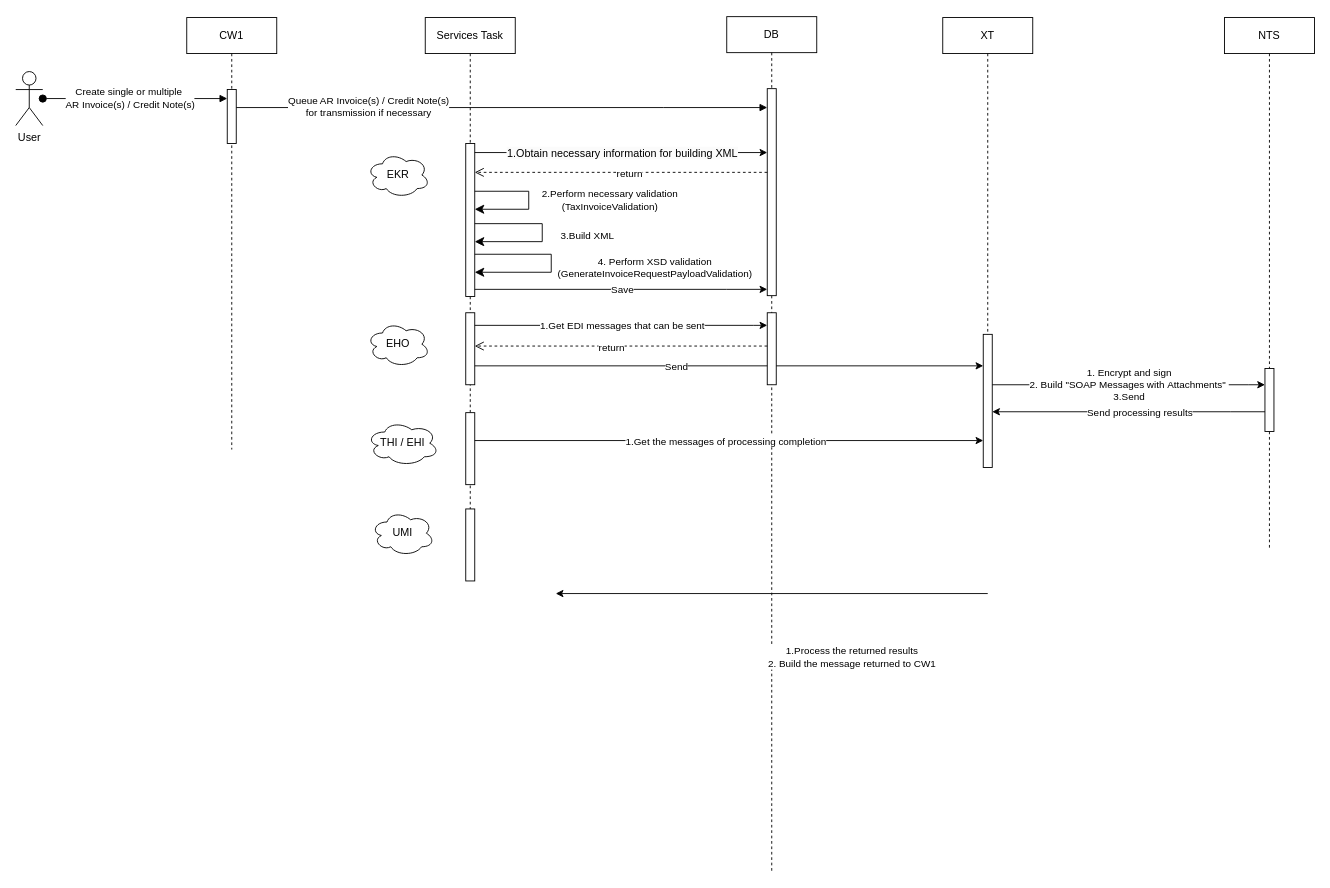
This is 未命名绘图.drawio from JingwenLi/MyTestProjects, a draw.io file, before an edit. Source tidied: cells renumbered, new cells numbered last; positions are measured from the earlier drawing's top-left corner, leaving out a move shared by most shapes. Both pictures are drawn from the tidied source at 90%, with x=0, y=0 at pixel (15, 16).
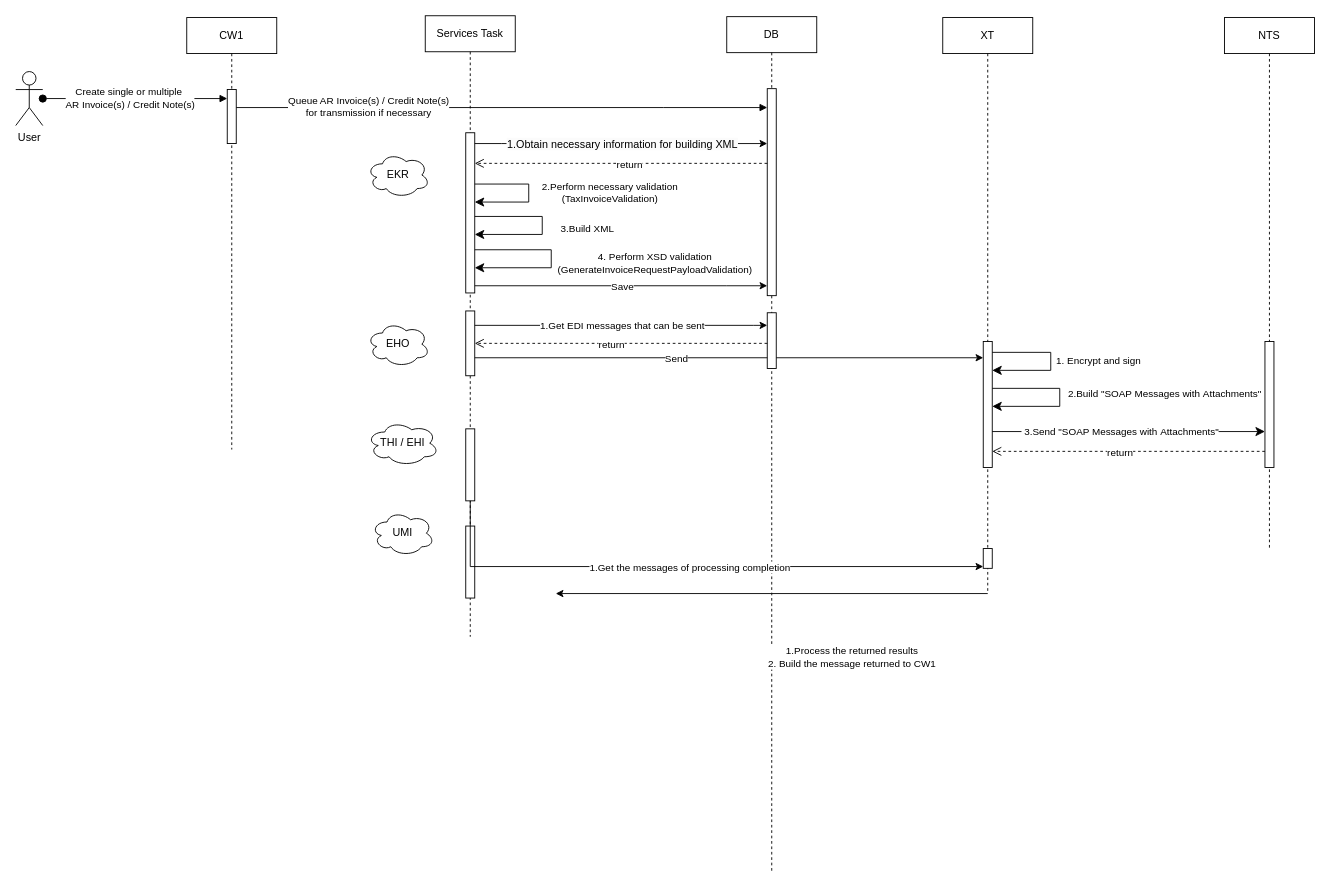
The same page after the edit.

Commit message:
更新未命名绘图.drawio

The change refers to these unchanged cells:
```xml
<mxCell id="15" style="html=1;points=[];perimeter=orthogonalPerimeter;outlineConnect=0;targetShapes=umlLifeline;portConstraint=eastwest;newEdgeStyle={&quot;edgeStyle&quot;:&quot;elbowEdgeStyle&quot;,&quot;elbow&quot;:&quot;vertical&quot;,&quot;curved&quot;:0,&quot;rounded&quot;:0};" parent="14" vertex="1">
  <mxGeometry x="45" y="80" width="10" height="230" as="geometry" />
</mxCell>
<mxCell id="16" value="NTS" style="shape=umlLifeline;perimeter=lifelinePerimeter;whiteSpace=wrap;html=1;newEdgeStyle={&quot;edgeStyle&quot;:&quot;elbowEdgeStyle&quot;,&quot;elbow&quot;:&quot;vertical&quot;,&quot;curved&quot;:0,&quot;rounded&quot;:0};" parent="1" vertex="1">
  <mxGeometry x="1343" y="1" width="100" height="590" as="geometry" />
</mxCell>
```

The edit, as a diff of the source:
```diff
@@
     <mxCell id="2" value="Services Task" style="shape=umlLifeline;perimeter=lifelinePerimeter;whiteSpace=wrap;html=1;outlineConnect=0;portConstraint=eastwest;newEdgeStyle={&quot;edgeStyle&quot;:&quot;elbowEdgeStyle&quot;,&quot;elbow&quot;:&quot;vertical&quot;,&quot;curved&quot;:0,&quot;rounded&quot;:0};" parent="1" vertex="1">
-      <mxGeometry x="455" y="1" width="100" height="621" as="geometry" />
+      <mxGeometry x="455" y="-1" width="100" height="690" as="geometry" />
     </mxCell>
     <mxCell id="3" style="html=1;points=[];perimeter=orthogonalPerimeter;outlineConnect=0;targetShapes=umlLifeline;portConstraint=eastwest;newEdgeStyle={&quot;edgeStyle&quot;:&quot;elbowEdgeStyle&quot;,&quot;elbow&quot;:&quot;vertical&quot;,&quot;curved&quot;:0,&quot;rounded&quot;:0};" parent="2" vertex="1">
-      <mxGeometry x="45" y="140" width="10" height="170" as="geometry" />
+      <mxGeometry x="45" y="130" width="10" height="178" as="geometry" />
     </mxCell>
     <mxCell id="4" style="html=1;perimeter=orthogonalPerimeter;targetShapes=umlLifeline;newEdgeStyle={&quot;edgeStyle&quot;:&quot;elbowEdgeStyle&quot;,&quot;elbow&quot;:&quot;vertical&quot;,&quot;curved&quot;:0,&quot;rounded&quot;:0};" parent="2" vertex="1">
-      <mxGeometry x="45" y="328" width="10" height="80" as="geometry" />
+      <mxGeometry x="45" y="328" width="10" height="72" as="geometry" />
     </mxCell>
     <mxCell id="5" style="html=1;points=[];perimeter=orthogonalPerimeter;outlineConnect=0;targetShapes=umlLifeline;portConstraint=eastwest;newEdgeStyle={&quot;edgeStyle&quot;:&quot;elbowEdgeStyle&quot;,&quot;elbow&quot;:&quot;vertical&quot;,&quot;curved&quot;:0,&quot;rounded&quot;:0};" parent="2" vertex="1">
-      <mxGeometry x="45" y="439" width="10" height="80" as="geometry" />
+      <mxGeometry x="45" y="459" width="10" height="80" as="geometry" />
     </mxCell>
     <mxCell id="6" style="html=1;perimeter=orthogonalPerimeter;targetShapes=umlLifeline;newEdgeStyle={&quot;edgeStyle&quot;:&quot;elbowEdgeStyle&quot;,&quot;elbow&quot;:&quot;vertical&quot;,&quot;curved&quot;:0,&quot;rounded&quot;:0};" parent="2" vertex="1">
-      <mxGeometry x="45" y="546" width="10" height="80" as="geometry" />
+      <mxGeometry x="45" y="567" width="10" height="80" as="geometry" />
     </mxCell>
@@
     <mxCell id="8" value="3.Build&amp;nbsp;XML" style="edgeStyle=segmentEdgeStyle;endArrow=classic;html=1;curved=0;rounded=0;endSize=8;startSize=8;" parent="2" edge="1">
       <mxGeometry x="0.05" y="50" relative="1" as="geometry">
-        <mxPoint x="55" y="229" as="sourcePoint" />
-        <mxPoint x="55" y="249" as="targetPoint" />
+        <mxPoint x="55" y="223" as="sourcePoint" />
+        <mxPoint x="55" y="243" as="targetPoint" />
         <Array as="points">
-          <mxPoint x="130" y="229" />
-          <mxPoint x="130" y="249" />
+          <mxPoint x="130" y="223" />
+          <mxPoint x="130" y="243" />
         </Array>
       </mxGeometry>
     </mxCell>
     <mxCell id="9" value="&lt;span style=&quot;color: rgb(0, 0, 0); font-family: Helvetica; font-size: 11px; font-style: normal; font-variant-ligatures: normal; font-variant-caps: normal; font-weight: 400; letter-spacing: normal; orphans: 2; text-align: center; text-indent: 0px; text-transform: none; widows: 2; word-spacing: 0px; -webkit-text-stroke-width: 0px; background-color: rgb(255, 255, 255); text-decoration-thickness: initial; text-decoration-style: initial; text-decoration-color: initial; float: none; display: inline !important;&quot;&gt;2.Perform necessary validation&lt;/span&gt;&lt;br&gt;(TaxInvoiceValidation)" style="edgeStyle=segmentEdgeStyle;endArrow=classic;html=1;curved=0;rounded=0;endSize=8;startSize=8;" parent="2" edge="1">
       <mxGeometry y="90" relative="1" as="geometry">
-        <mxPoint x="55" y="193" as="sourcePoint" />
-        <mxPoint x="55" y="213" as="targetPoint" />
+        <mxPoint x="55" y="187" as="sourcePoint" />
+        <mxPoint x="55" y="207" as="targetPoint" />
         <Array as="points">
-          <mxPoint x="115" y="193" />
-          <mxPoint x="115" y="213" />
+          <mxPoint x="115" y="187" />
+          <mxPoint x="115" y="207" />
         </Array>
       </mxGeometry>
     </mxCell>
     <mxCell id="10" value="4. Perform XSD validation&lt;br&gt;(GenerateInvoiceRequestPayloadValidation)" style="edgeStyle=segmentEdgeStyle;endArrow=classic;html=1;curved=0;rounded=0;endSize=8;startSize=8;" parent="2" edge="1">
       <mxGeometry x="0.05" y="115" relative="1" as="geometry">
-        <mxPoint x="55" y="263" as="sourcePoint" />
-        <mxPoint x="55" y="283" as="targetPoint" />
+        <mxPoint x="55" y="260" as="sourcePoint" />
+        <mxPoint x="55" y="280" as="targetPoint" />
         <Array as="points">
-          <mxPoint x="140" y="263" />
-          <mxPoint x="140" y="283" />
+          <mxPoint x="140" y="260" />
+          <mxPoint x="140" y="280" />
         </Array>
       </mxGeometry>
     </mxCell>
@@
     <mxCell id="17" style="html=1;perimeter=orthogonalPerimeter;targetShapes=umlLifeline;newEdgeStyle={&quot;edgeStyle&quot;:&quot;elbowEdgeStyle&quot;,&quot;elbow&quot;:&quot;vertical&quot;,&quot;curved&quot;:0,&quot;rounded&quot;:0};" parent="16" vertex="1">
-      <mxGeometry x="45" y="390" width="10" height="70" as="geometry" />
+      <mxGeometry x="45" y="360" width="10" height="140" as="geometry" />
     </mxCell>
     <mxCell id="18" value="XT" style="shape=umlLifeline;perimeter=lifelinePerimeter;whiteSpace=wrap;html=1;newEdgeStyle={&quot;edgeStyle&quot;:&quot;elbowEdgeStyle&quot;,&quot;elbow&quot;:&quot;vertical&quot;,&quot;curved&quot;:0,&quot;rounded&quot;:0};" parent="1" vertex="1">
-      <mxGeometry x="1030" y="1" width="100" height="500" as="geometry" />
+      <mxGeometry x="1030" y="1" width="100" height="640" as="geometry" />
     </mxCell>
     <mxCell id="19" style="html=1;points=[];perimeter=orthogonalPerimeter;outlineConnect=0;targetShapes=umlLifeline;portConstraint=eastwest;newEdgeStyle={&quot;edgeStyle&quot;:&quot;elbowEdgeStyle&quot;,&quot;elbow&quot;:&quot;vertical&quot;,&quot;curved&quot;:0,&quot;rounded&quot;:0};" parent="18" vertex="1">
-      <mxGeometry x="45" y="352" width="10" height="148" as="geometry" />
+      <mxGeometry x="45" y="360" width="10" height="140" as="geometry" />
     </mxCell>
+    <mxCell id="48" style="html=1;points=[];perimeter=orthogonalPerimeter;outlineConnect=0;targetShapes=umlLifeline;portConstraint=eastwest;newEdgeStyle={&quot;edgeStyle&quot;:&quot;elbowEdgeStyle&quot;,&quot;elbow&quot;:&quot;vertical&quot;,&quot;curved&quot;:0,&quot;rounded&quot;:0};" parent="18" vertex="1">
+      <mxGeometry x="45" y="590" width="10" height="22" as="geometry" />
+    </mxCell>
+    <mxCell id="49" value="1. Encrypt and sign" style="edgeStyle=segmentEdgeStyle;endArrow=classic;html=1;curved=0;rounded=0;endSize=8;startSize=8;" parent="18" edge="1" source="19" target="19">
+      <mxGeometry y="53" relative="1" as="geometry">
+        <Array as="points">
+          <mxPoint x="120" y="372" />
+          <mxPoint x="120" y="392" />
+        </Array>
+      </mxGeometry>
+    </mxCell>
+    <mxCell id="50" value="&amp;nbsp;2.Build &quot;SOAP Messages with&amp;nbsp;Attachments&quot;" style="edgeStyle=segmentEdgeStyle;endArrow=classic;html=1;curved=0;rounded=0;endSize=8;startSize=8;" parent="18" edge="1">
+      <mxGeometry x="-0.05" y="115" relative="1" as="geometry">
+        <mxPoint x="55" y="412" as="sourcePoint" />
+        <mxPoint x="55" y="432" as="targetPoint" />
+        <Array as="points">
+          <mxPoint x="130" y="412" />
+          <mxPoint x="130" y="432" />
+        </Array>
+      </mxGeometry>
+    </mxCell>
@@
-    <mxCell id="22" value="&lt;span style=&quot;color: rgb(0, 0, 0); font-family: Helvetica; font-size: 11px; font-style: normal; font-variant-ligatures: normal; font-variant-caps: normal; font-weight: 400; letter-spacing: normal; orphans: 2; text-align: center; text-indent: 0px; text-transform: none; widows: 2; word-spacing: 0px; -webkit-text-stroke-width: 0px; background-color: rgb(255, 255, 255); text-decoration-thickness: initial; text-decoration-style: initial; text-decoration-color: initial; float: none; display: inline !important;&quot;&gt;1. Encrypt and sign&lt;br&gt;2. Build &quot;SOAP Messages with&amp;nbsp;Attachments&quot;&amp;nbsp;&lt;br&gt;3.Send&lt;br&gt;&lt;/span&gt;" style="edgeStyle=elbowEdgeStyle;rounded=0;jettySize=auto;html=1;elbow=vertical;curved=0;" parent="1" edge="1" source="19">
-      <mxGeometry relative="1" as="geometry">
-        <mxPoint x="1388" y="409" as="targetPoint" />
-        <Array as="points">
-          <mxPoint x="1370" y="409" />
-          <mxPoint x="1170" y="239" />
-        </Array>
-      </mxGeometry>
-    </mxCell>
-    <mxCell id="23" style="edgeStyle=elbowEdgeStyle;rounded=0;jettySize=auto;html=1;elbow=vertical;curved=0;" parent="1" edge="1" target="19">
-      <mxGeometry relative="1" as="geometry">
-        <mxPoint x="1388" y="439" as="sourcePoint" />
-        <Array as="points">
-          <mxPoint x="1350" y="439" />
-          <mxPoint x="1340" y="389" />
-          <mxPoint x="1270" y="289" />
-          <mxPoint x="1030" y="329" />
-          <mxPoint x="1270" y="259" />
-        </Array>
-      </mxGeometry>
-    </mxCell>
-    <mxCell id="24" value="Send processing results" style="edgeLabel;html=1;align=center;verticalAlign=middle;" parent="23" vertex="1">
-      <mxGeometry x="-0.43" y="-5" relative="1" as="geometry">
-        <mxPoint x="-54" y="5" as="offset" />
-      </mxGeometry>
-    </mxCell>
     <mxCell id="25" style="edgeStyle=elbowEdgeStyle;rounded=0;orthogonalLoop=1;jettySize=auto;html=1;elbow=vertical;curved=0;" parent="1" edge="1">
       <mxGeometry relative="1" as="geometry">
-        <mxPoint x="510" y="303" as="sourcePoint" />
-        <mxPoint x="835" y="303" as="targetPoint" />
+        <mxPoint x="510" y="299" as="sourcePoint" />
+        <mxPoint x="835" y="299" as="targetPoint" />
         <Array as="points">
-          <mxPoint x="790" y="303" />
-          <mxPoint x="750" y="283" />
-          <mxPoint x="790" y="303" />
-          <mxPoint x="810" y="213" />
-          <mxPoint x="790" y="233" />
-          <mxPoint x="825" y="173" />
-          <mxPoint x="785" y="163" />
-          <mxPoint x="585" y="113" />
-          <mxPoint x="615" y="103" />
+          <mxPoint x="790" y="299" />
+          <mxPoint x="750" y="279" />
+          <mxPoint x="790" y="299" />
+          <mxPoint x="810" y="209" />
+          <mxPoint x="790" y="229" />
+          <mxPoint x="825" y="169" />
+          <mxPoint x="785" y="159" />
+          <mxPoint x="585" y="109" />
+          <mxPoint x="615" y="99" />
         </Array>
       </mxGeometry>
     </mxCell>
@@
     <mxCell id="33" style="edgeStyle=elbowEdgeStyle;rounded=0;jettySize=auto;html=1;elbow=vertical;curved=0;" parent="1" edge="1" source="3" target="15">
       <mxGeometry x="0.12" y="10" relative="1" as="geometry">
         <Array as="points">
+          <mxPoint x="540" y="141" />
           <mxPoint x="800" y="151" />
           <mxPoint x="660" y="171" />
           <mxPoint x="760" y="271" />
           <mxPoint x="800" y="291" />
           <mxPoint x="820" y="201" />
           <mxPoint x="800" y="221" />
           <mxPoint x="835" y="161" />
           <mxPoint x="795" y="151" />
           <mxPoint x="595" y="101" />
           <mxPoint x="625" y="91" />
         </Array>
       </mxGeometry>
     </mxCell>
@@
     <mxCell id="35" style="html=1;verticalAlign=bottom;endArrow=open;dashed=1;endSize=8;edgeStyle=elbowEdgeStyle;elbow=vertical;curved=0;rounded=0;" parent="1" edge="1">
       <mxGeometry x="0.02" y="4" relative="1" as="geometry">
-        <mxPoint x="835" y="173" as="sourcePoint" />
-        <mxPoint x="510" y="173" as="targetPoint" />
+        <mxPoint x="835" y="163" as="sourcePoint" />
+        <mxPoint x="510" y="163" as="targetPoint" />
         <Array as="points">
-          <mxPoint x="650" y="173" />
+          <mxPoint x="650" y="163" />
         </Array>
       </mxGeometry>
     </mxCell>
@@
     <mxCell id="39" style="edgeStyle=elbowEdgeStyle;rounded=0;orthogonalLoop=1;jettySize=auto;html=1;elbow=vertical;curved=0;" parent="1" edge="1">
       <mxGeometry relative="1" as="geometry">
-        <mxPoint x="510" y="388" as="sourcePoint" />
-        <mxPoint x="1075" y="388" as="targetPoint" />
+        <mxPoint x="510" y="379" as="sourcePoint" />
+        <mxPoint x="1075" y="379" as="targetPoint" />
       </mxGeometry>
     </mxCell>
@@
     <mxCell id="41" style="html=1;perimeter=orthogonalPerimeter;targetShapes=umlLifeline;newEdgeStyle={&quot;edgeStyle&quot;:&quot;elbowEdgeStyle&quot;,&quot;elbow&quot;:&quot;vertical&quot;,&quot;curved&quot;:0,&quot;rounded&quot;:0};" parent="1" vertex="1">
-      <mxGeometry x="835" y="329" width="10" height="80" as="geometry" />
+      <mxGeometry x="835" y="329" width="10" height="62" as="geometry" />
     </mxCell>
@@
     <mxCell id="44" style="html=1;verticalAlign=bottom;endArrow=open;dashed=1;endSize=8;edgeStyle=elbowEdgeStyle;elbow=vertical;curved=0;rounded=0;" parent="1" edge="1">
       <mxGeometry x="-0.11" y="-15" relative="1" as="geometry">
-        <mxPoint x="835" y="366" as="sourcePoint" />
-        <mxPoint x="510" y="366" as="targetPoint" />
+        <mxPoint x="835" y="363" as="sourcePoint" />
+        <mxPoint x="510" y="363" as="targetPoint" />
       </mxGeometry>
     </mxCell>
@@
-    <mxCell id="46" style="edgeStyle=elbowEdgeStyle;rounded=0;jettySize=auto;html=1;elbow=vertical;curved=0;" parent="1" edge="1" source="5" target="19">
+    <mxCell id="46" style="edgeStyle=elbowEdgeStyle;rounded=0;jettySize=auto;html=1;elbow=vertical;curved=0;" parent="1" edge="1" source="5" target="48">
       <mxGeometry x="0.12" y="10" relative="1" as="geometry">
         <Array as="points">
+          <mxPoint x="1050" y="611" />
           <mxPoint x="820" y="471" />
         </Array>
       </mxGeometry>
     </mxCell>
@@
+    <mxCell id="51" style="html=1;verticalAlign=bottom;endArrow=open;dashed=1;endSize=8;edgeStyle=elbowEdgeStyle;elbow=vertical;curved=0;rounded=0;" parent="1" edge="1">
+      <mxGeometry x="-0.11" y="-15" relative="1" as="geometry">
+        <mxPoint x="1388" y="483" as="sourcePoint" />
+        <mxPoint x="1085" y="483" as="targetPoint" />
+        <Array as="points">
+          <mxPoint x="1280" y="483" />
+        </Array>
+      </mxGeometry>
+    </mxCell>
+    <mxCell id="52" value="return" style="edgeLabel;html=1;align=center;verticalAlign=middle;" parent="51" vertex="1">
+      <mxGeometry x="0.07" y="1" relative="1" as="geometry" />
+    </mxCell>
+    <mxCell id="53" value="&amp;nbsp;3.Send &quot;SOAP Messages with&amp;nbsp;Attachments&quot;" style="edgeStyle=segmentEdgeStyle;endArrow=classic;html=1;curved=0;rounded=0;endSize=8;startSize=8;" parent="1" edge="1">
+      <mxGeometry x="-0.06" relative="1" as="geometry">
+        <mxPoint x="1085" y="461" as="sourcePoint" />
+        <mxPoint x="1388" y="461" as="targetPoint" />
+      </mxGeometry>
+    </mxCell>
```
